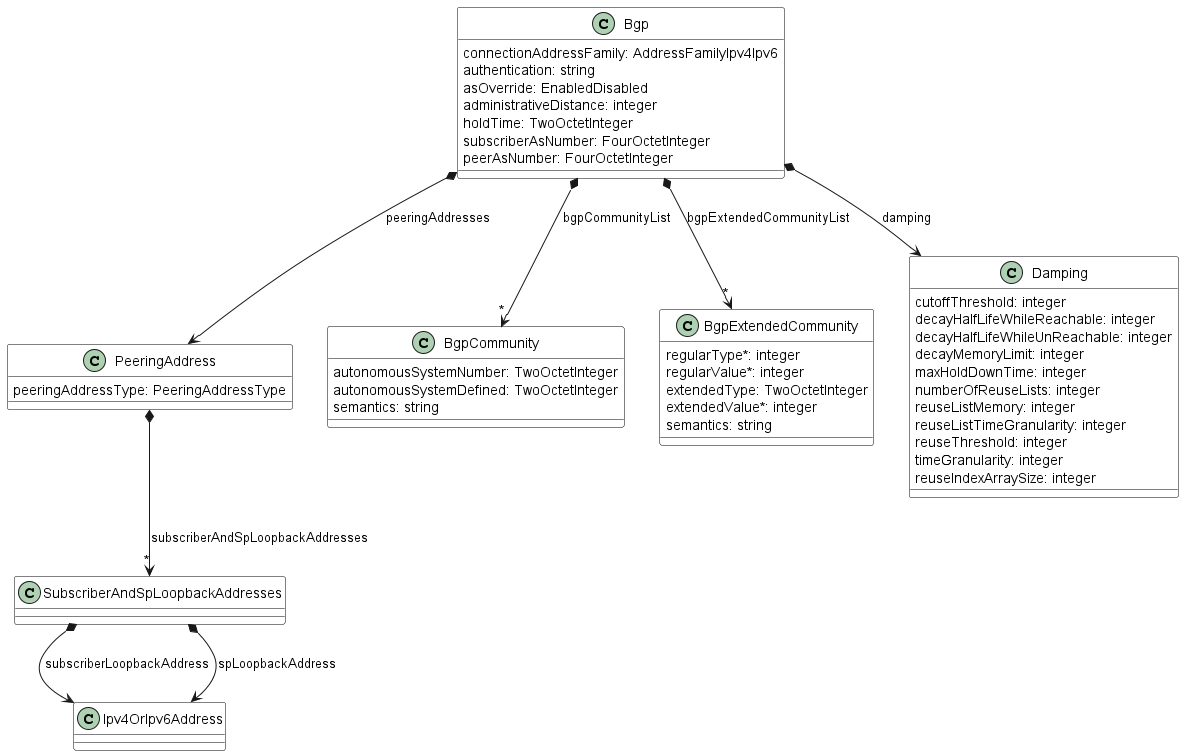
The PlantUML diagram documentation/productSchema/ip/internetAccess/MEF 139 resources/media/BGP.png in MEF-GIT/MEF-LSO-Sonata-SDK, before a commit.
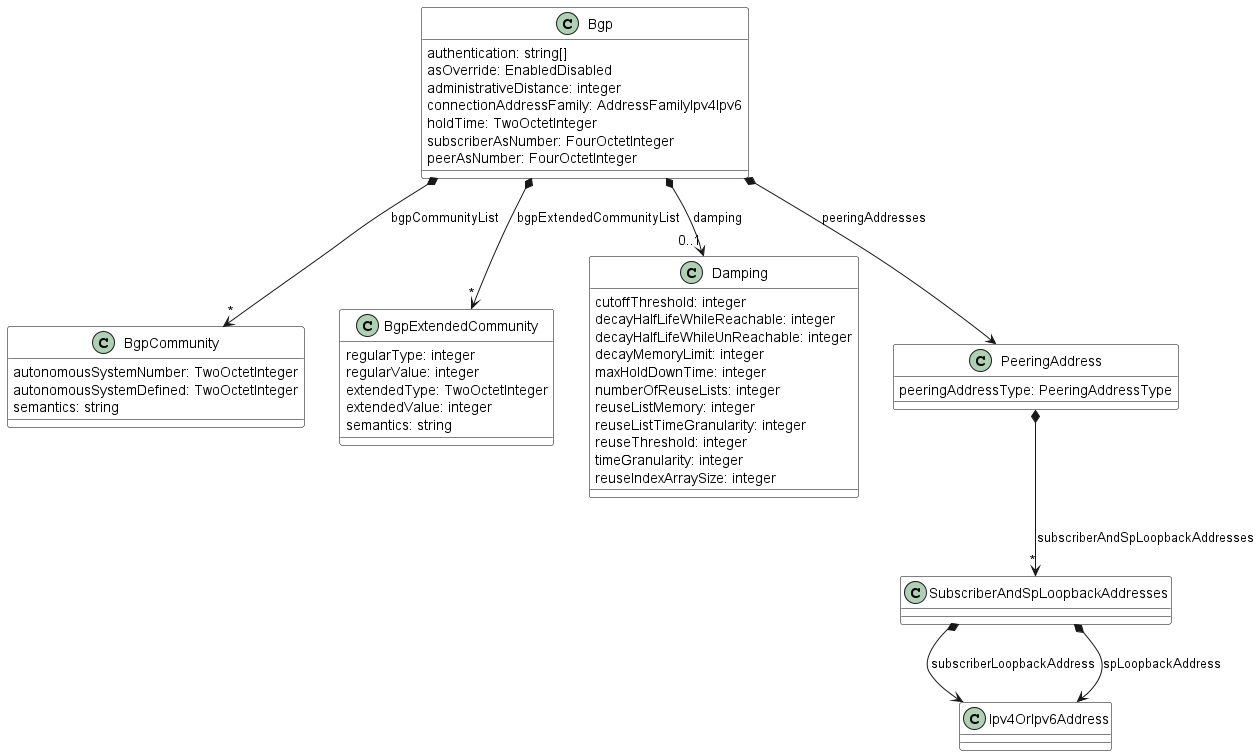
After the change.

The edit, as a diff of the source:
```diff
@@ -6,21 +6,21 @@
 
 class Bgp {
 
-    connectionAddressFamily: AddressFamilyIpv4Ipv6
-    authentication: string
+    authentication: string[]
     asOverride: EnabledDisabled
     administrativeDistance: integer
+    connectionAddressFamily: AddressFamilyIpv4Ipv6
     holdTime: TwoOctetInteger
     subscriberAsNumber: FourOctetInteger
     peerAsNumber: FourOctetInteger
 }
 
 
-Bgp *--> PeeringAddress : peeringAddresses
+
 Bgp *-->"*" BgpCommunity : bgpCommunityList
 Bgp *-->"*" BgpExtendedCommunity : bgpExtendedCommunityList
-Bgp *--> Damping : damping
-
+Bgp *-->"0..1" Damping : damping
+Bgp *--> PeeringAddress : peeringAddresses
 
 class BgpCommunity {
     autonomousSystemNumber: TwoOctetInteger
@@ -32,10 +32,10 @@
 
 class BgpExtendedCommunity {
 
-    regularType*: integer
-    regularValue*: integer
+    regularType: integer
+    regularValue: integer
     extendedType: TwoOctetInteger
-    extendedValue*: integer
+    extendedValue: integer
     semantics: string
 }
 
```
